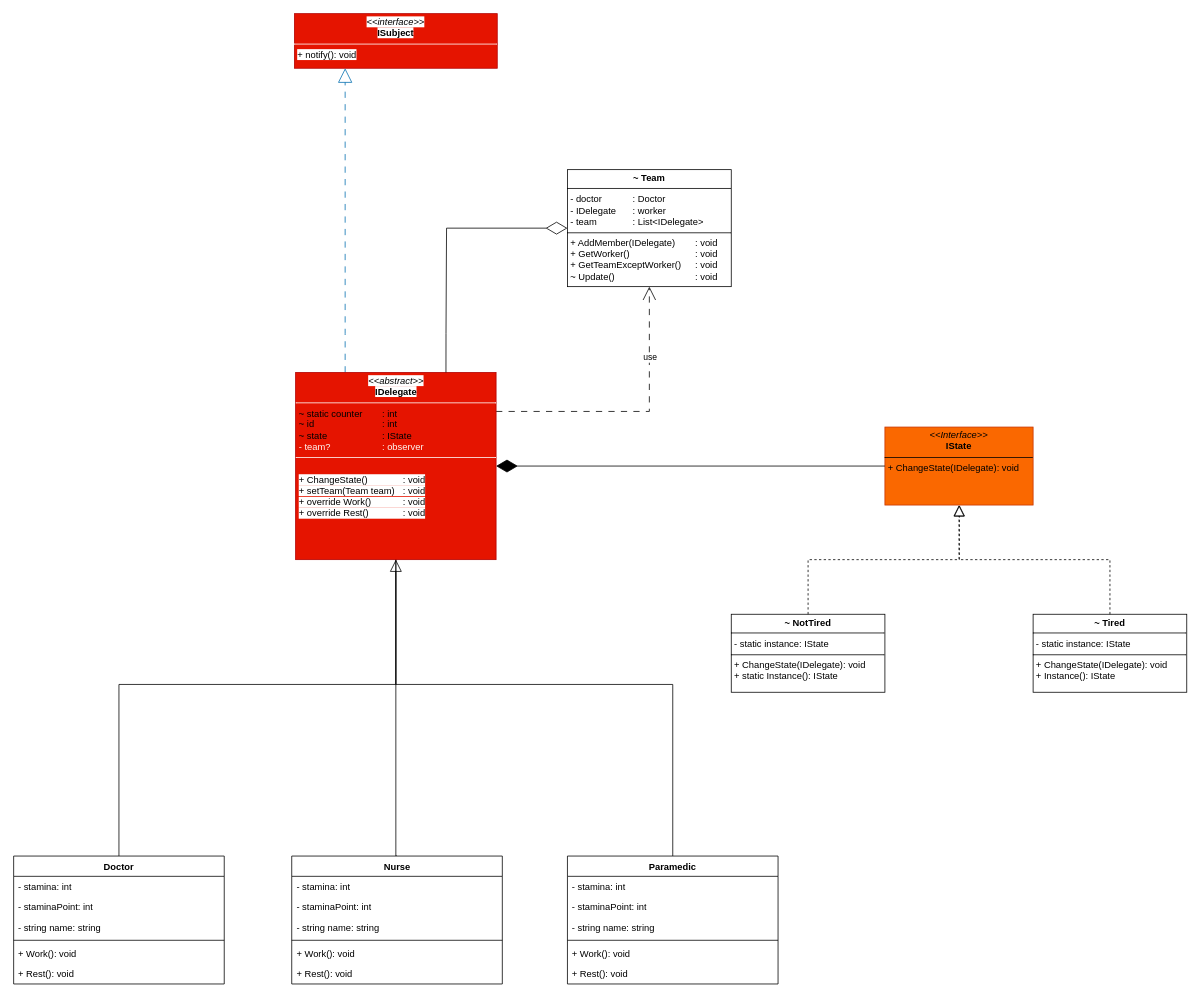
Above: SI_Devoir4/SI_Devoir4.drawio in MAUI-SI-IOS/SI_Devoir4 (draw.io), before the change. Source tidied: cells renumbered, new cells numbered last; positions are measured from the earlier drawing's top-left corner, leaving out a move shared by most shapes. Both pictures are drawn from the tidied source at 78%, with x=0, y=0 at pixel (13, 13).
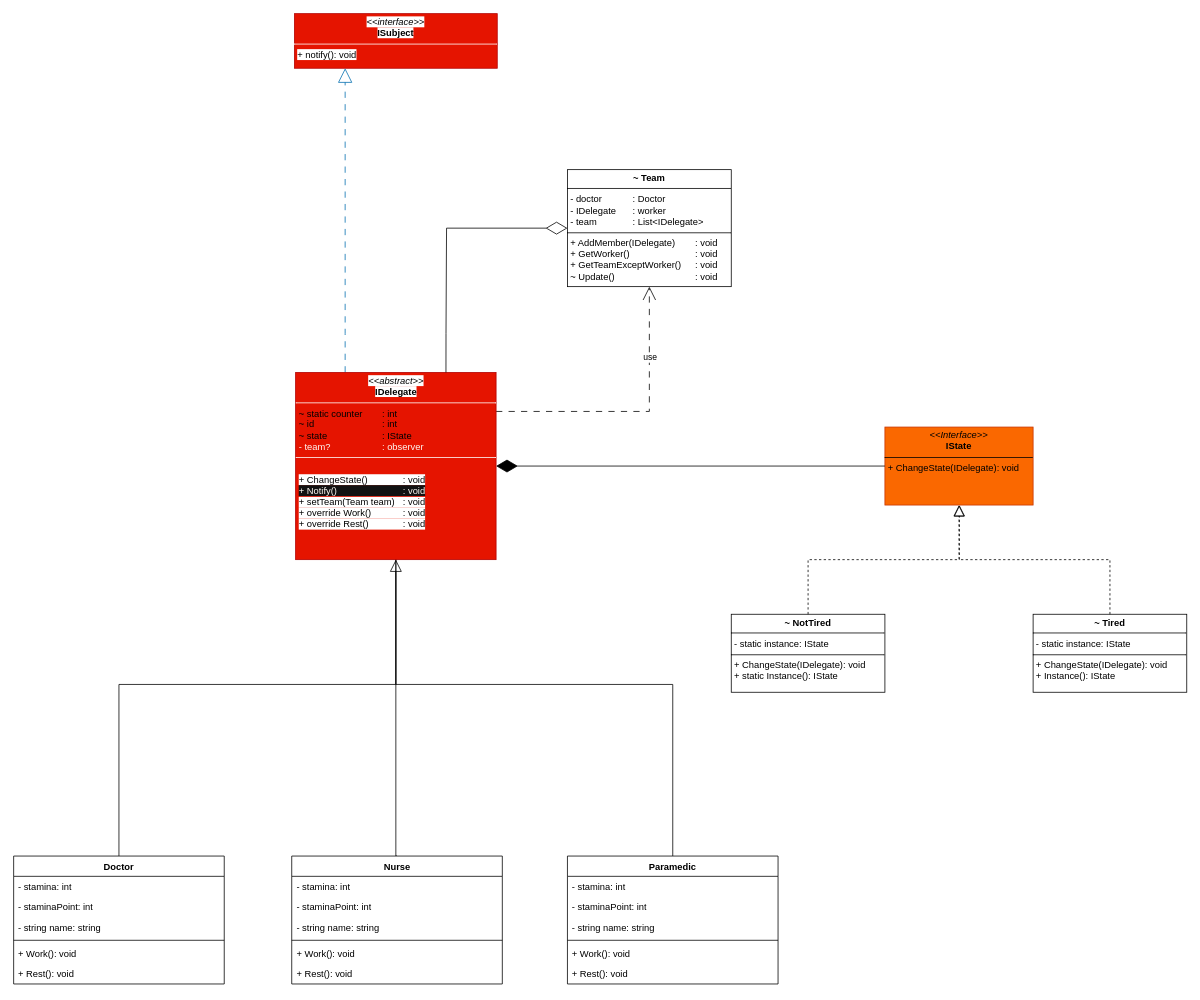
The same diagram, later.

Change to the diagram source:
```diff
@@
-    <mxCell id="9" value="&lt;p style=&quot;margin:0px;margin-top:4px;text-align:center;&quot;&gt;&lt;font style=&quot;background-color: light-dark(#ffffff, var(--ge-dark-color, #121212)); color: light-dark(rgb(0, 0, 0), rgb(255, 249, 243));&quot;&gt;&lt;i style=&quot;&quot;&gt;&amp;lt;&amp;lt;abstract&amp;gt;&amp;gt;&lt;/i&gt;&lt;br&gt;&lt;b style=&quot;&quot;&gt;IDelegate&lt;/b&gt;&lt;/font&gt;&lt;/p&gt;&lt;hr size=&quot;1&quot; style=&quot;border-style:solid;&quot;&gt;&lt;p style=&quot;margin:0px;margin-left:4px;&quot;&gt;&lt;font style=&quot;color: light-dark(rgb(0, 0, 0), rgb(255, 249, 243));&quot;&gt;~ static counter&lt;span style=&quot;white-space: pre;&quot;&gt;&#9;&lt;/span&gt;: int&lt;/font&gt;&lt;/p&gt;&lt;p style=&quot;margin:0px;margin-left:4px;&quot;&gt;&lt;font style=&quot;color: light-dark(rgb(0, 0, 0), rgb(255, 249, 243));&quot;&gt;~ id&lt;span style=&quot;white-space: pre;&quot;&gt;&#9;&lt;/span&gt;&amp;nbsp; &amp;nbsp; &amp;nbsp;&lt;span style=&quot;white-space: pre;&quot;&gt;&#9;&lt;/span&gt;&lt;span style=&quot;white-space: pre;&quot;&gt;&#9;&lt;/span&gt;&lt;span style=&quot;white-space: pre;&quot;&gt;&#9;&lt;/span&gt;: int&lt;/font&gt;&lt;/p&gt;&lt;p style=&quot;margin:0px;margin-left:4px;&quot;&gt;&lt;span&gt;&lt;font style=&quot;color: light-dark(rgb(0, 0, 0), rgb(255, 249, 243));&quot;&gt;~ state&amp;nbsp;&lt;span style=&quot;white-space: pre;&quot;&gt;&#9;&lt;/span&gt;&lt;span style=&quot;white-space: pre;&quot;&gt;&#9;&lt;/span&gt; &lt;span style=&quot;white-space: pre;&quot;&gt;&#9;&lt;/span&gt;: IState&lt;/font&gt;&lt;br&gt;&lt;/span&gt;&lt;/p&gt;&lt;p style=&quot;margin:0px;margin-left:4px;&quot;&gt;&lt;font style=&quot;color: light-dark(rgb(255, 249, 243), rgb(213, 232, 212));&quot;&gt;- team? &lt;span style=&quot;white-space: pre;&quot;&gt;&#9;&lt;/span&gt;&lt;span style=&quot;white-space: pre;&quot;&gt;&#9;&lt;/span&gt;&lt;span style=&quot;white-space: pre;&quot;&gt;&#9;&lt;/span&gt;: observer&lt;/font&gt;&lt;/p&gt;&lt;hr size=&quot;1&quot; style=&quot;border-style:solid;&quot;&gt;&lt;p style=&quot;margin:0px;margin-left:4px;&quot;&gt;&lt;span style=&quot;background-color: light-dark(#ffffff, var(--ge-dark-color, #121212));&quot;&gt;&lt;br&gt;&lt;/span&gt;&lt;/p&gt;&lt;p style=&quot;margin:0px;margin-left:4px;&quot;&gt;&lt;font style=&quot;color: light-dark(rgb(0, 0, 0), rgb(255, 249, 243));&quot;&gt;&lt;font style=&quot;background-color: light-dark(#ffffff, var(--ge-dark-color, #121212));&quot;&gt;+ ChangeState()&lt;span style=&quot;white-space: pre;&quot;&gt;&#9;&lt;/span&gt;&lt;span style=&quot;white-space: pre;&quot;&gt;&#9;&lt;/span&gt;: void&lt;/font&gt;&lt;/font&gt;&lt;/p&gt;&lt;p style=&quot;margin:0px;margin-left:4px;&quot;&gt;&lt;font style=&quot;color: light-dark(rgb(0, 0, 0), rgb(255, 249, 243)); background-color: light-dark(#ffffff, var(--ge-dark-color, #121212));&quot;&gt;+ setTeam(Team team)&lt;span style=&quot;white-space: pre;&quot;&gt;&#9;&lt;/span&gt;: void&lt;/font&gt;&lt;/p&gt;&lt;p style=&quot;margin:0px;margin-left:4px;&quot;&gt;&lt;font style=&quot;color: light-dark(rgb(0, 0, 0), rgb(255, 249, 243));&quot;&gt;&lt;span style=&quot;background-color: light-dark(#ffffff, var(--ge-dark-color, #121212));&quot;&gt;+ override Work()&lt;span style=&quot;white-space: pre;&quot;&gt;&#9;&lt;/span&gt;&lt;span style=&quot;white-space: pre;&quot;&gt;&#9;&lt;/span&gt;: void&lt;/span&gt;&lt;/font&gt;&lt;/p&gt;&lt;p style=&quot;margin:0px;margin-left:4px;&quot;&gt;&lt;font style=&quot;color: light-dark(rgb(0, 0, 0), rgb(255, 249, 243));&quot;&gt;&lt;span style=&quot;background-color: light-dark(#ffffff, var(--ge-dark-color, #121212));&quot;&gt;+ override Rest() &lt;span style=&quot;white-space: pre;&quot;&gt;&#9;&lt;/span&gt;&lt;span style=&quot;white-space: pre;&quot;&gt;&#9;&lt;/span&gt;:&amp;nbsp;void&lt;/span&gt;&lt;br&gt;&lt;/font&gt;&lt;br&gt;&lt;/p&gt;" style="verticalAlign=top;align=left;overflow=fill;html=1;whiteSpace=wrap;fillColor=light-dark(#e51400, #000000);fontColor=#ffffff;strokeColor=#B20000;" parent="1" vertex="1">
+    <mxCell id="9" value="&lt;p style=&quot;margin:0px;margin-top:4px;text-align:center;&quot;&gt;&lt;font style=&quot;background-color: light-dark(#ffffff, var(--ge-dark-color, #121212)); color: light-dark(rgb(0, 0, 0), rgb(255, 249, 243));&quot;&gt;&lt;i style=&quot;&quot;&gt;&amp;lt;&amp;lt;abstract&amp;gt;&amp;gt;&lt;/i&gt;&lt;br&gt;&lt;b style=&quot;&quot;&gt;IDelegate&lt;/b&gt;&lt;/font&gt;&lt;/p&gt;&lt;hr size=&quot;1&quot; style=&quot;border-style:solid;&quot;&gt;&lt;p style=&quot;margin:0px;margin-left:4px;&quot;&gt;&lt;font style=&quot;color: light-dark(rgb(0, 0, 0), rgb(255, 249, 243));&quot;&gt;~ static counter&lt;span style=&quot;white-space: pre;&quot;&gt;&#9;&lt;/span&gt;: int&lt;/font&gt;&lt;/p&gt;&lt;p style=&quot;margin:0px;margin-left:4px;&quot;&gt;&lt;font style=&quot;color: light-dark(rgb(0, 0, 0), rgb(255, 249, 243));&quot;&gt;~ id&lt;span style=&quot;white-space: pre;&quot;&gt;&#9;&lt;/span&gt;&amp;nbsp; &amp;nbsp; &amp;nbsp;&lt;span style=&quot;white-space: pre;&quot;&gt;&#9;&lt;/span&gt;&lt;span style=&quot;white-space: pre;&quot;&gt;&#9;&lt;/span&gt;&lt;span style=&quot;white-space: pre;&quot;&gt;&#9;&lt;/span&gt;: int&lt;/font&gt;&lt;/p&gt;&lt;p style=&quot;margin:0px;margin-left:4px;&quot;&gt;&lt;span&gt;&lt;font style=&quot;color: light-dark(rgb(0, 0, 0), rgb(255, 249, 243));&quot;&gt;~ state&amp;nbsp;&lt;span style=&quot;white-space: pre;&quot;&gt;&#9;&lt;/span&gt;&lt;span style=&quot;white-space: pre;&quot;&gt;&#9;&lt;/span&gt; &lt;span style=&quot;white-space: pre;&quot;&gt;&#9;&lt;/span&gt;: IState&lt;/font&gt;&lt;br&gt;&lt;/span&gt;&lt;/p&gt;&lt;p style=&quot;margin:0px;margin-left:4px;&quot;&gt;&lt;font style=&quot;color: light-dark(rgb(255, 249, 243), rgb(213, 232, 212));&quot;&gt;- team? &lt;span style=&quot;white-space: pre;&quot;&gt;&#9;&lt;/span&gt;&lt;span style=&quot;white-space: pre;&quot;&gt;&#9;&lt;/span&gt;&lt;span style=&quot;white-space: pre;&quot;&gt;&#9;&lt;/span&gt;: observer&lt;/font&gt;&lt;/p&gt;&lt;hr size=&quot;1&quot; style=&quot;border-style:solid;&quot;&gt;&lt;p style=&quot;margin:0px;margin-left:4px;&quot;&gt;&lt;span style=&quot;background-color: light-dark(#ffffff, var(--ge-dark-color, #121212));&quot;&gt;&lt;br&gt;&lt;/span&gt;&lt;/p&gt;&lt;p style=&quot;margin:0px;margin-left:4px;&quot;&gt;&lt;font style=&quot;color: light-dark(rgb(0, 0, 0), rgb(255, 249, 243));&quot;&gt;&lt;font style=&quot;background-color: light-dark(#ffffff, var(--ge-dark-color, #121212));&quot;&gt;+ ChangeState()&lt;span style=&quot;white-space: pre;&quot;&gt;&#9;&lt;/span&gt;&lt;span style=&quot;white-space: pre;&quot;&gt;&#9;&lt;/span&gt;: void&lt;/font&gt;&lt;/font&gt;&lt;/p&gt;&lt;p style=&quot;margin:0px;margin-left:4px;&quot;&gt;&lt;font color=&quot;#fff9f3&quot;&gt;&lt;span style=&quot;background-color: rgb(18, 18, 18);&quot;&gt;+ Notify()&lt;span style=&quot;white-space: pre;&quot;&gt;&#9;&lt;/span&gt;&lt;span style=&quot;white-space: pre;&quot;&gt;&#9;&lt;/span&gt;&lt;span style=&quot;white-space: pre;&quot;&gt;&#9;&lt;/span&gt;&lt;span style=&quot;white-space: pre;&quot;&gt;&#9;&lt;/span&gt;: void&lt;/span&gt;&lt;/font&gt;&lt;/p&gt;&lt;p style=&quot;margin:0px;margin-left:4px;&quot;&gt;&lt;font style=&quot;color: light-dark(rgb(0, 0, 0), rgb(255, 249, 243)); background-color: light-dark(#ffffff, var(--ge-dark-color, #121212));&quot;&gt;+ setTeam(Team team)&lt;span style=&quot;white-space: pre;&quot;&gt;&#9;&lt;/span&gt;: void&lt;/font&gt;&lt;/p&gt;&lt;p style=&quot;margin:0px;margin-left:4px;&quot;&gt;&lt;font style=&quot;color: light-dark(rgb(0, 0, 0), rgb(255, 249, 243));&quot;&gt;&lt;span style=&quot;background-color: light-dark(#ffffff, var(--ge-dark-color, #121212));&quot;&gt;+ override Work()&lt;span style=&quot;white-space: pre;&quot;&gt;&#9;&lt;/span&gt;&lt;span style=&quot;white-space: pre;&quot;&gt;&#9;&lt;/span&gt;: void&lt;/span&gt;&lt;/font&gt;&lt;/p&gt;&lt;p style=&quot;margin:0px;margin-left:4px;&quot;&gt;&lt;font style=&quot;color: light-dark(rgb(0, 0, 0), rgb(255, 249, 243));&quot;&gt;&lt;span style=&quot;background-color: light-dark(#ffffff, var(--ge-dark-color, #121212));&quot;&gt;+ override Rest() &lt;span style=&quot;white-space: pre;&quot;&gt;&#9;&lt;/span&gt;&lt;span style=&quot;white-space: pre;&quot;&gt;&#9;&lt;/span&gt;:&amp;nbsp;void&lt;/span&gt;&lt;br&gt;&lt;/font&gt;&lt;br&gt;&lt;/p&gt;" style="verticalAlign=top;align=left;overflow=fill;html=1;whiteSpace=wrap;fillColor=light-dark(#e51400, #000000);fontColor=#ffffff;strokeColor=#B20000;" parent="1" vertex="1">
       <mxGeometry x="361.5" y="460" width="257" height="240" as="geometry" />
     </mxCell>
```
